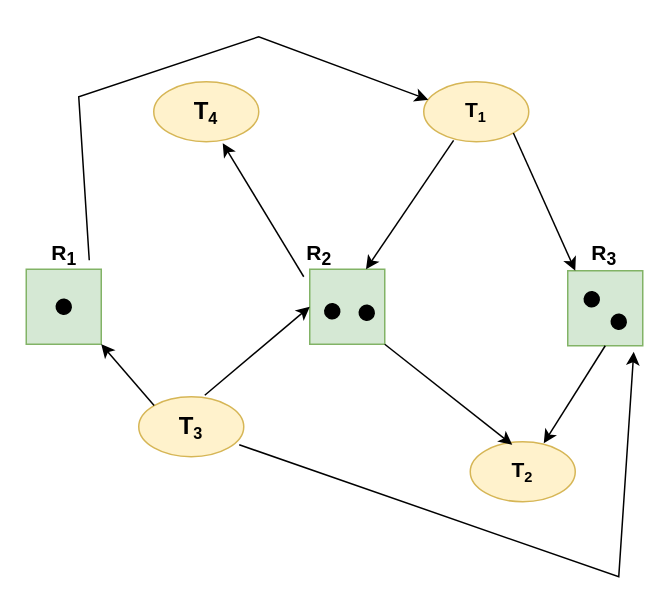
Before: RAG2.drawio in huyle84/diagrams, a draw.io diagram. Source tidied: cells renumbered, new cells numbered last; positions are measured from the earlier drawing's top-left corner, leaving out a move shared by most shapes. Both pictures are drawn from the tidied source at 150%, with x=0, y=0 at pixel (26, 36).
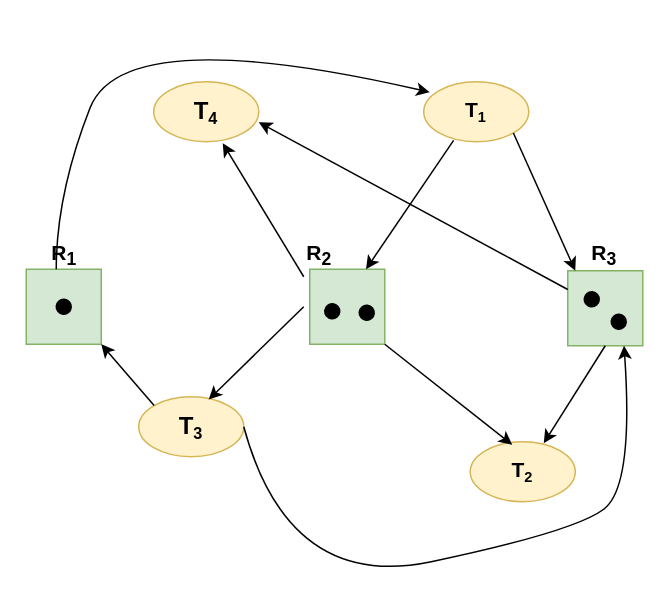
Above is the later version.

The change refers to these unchanged cells:
```xml
<mxCell id="2" style="whiteSpace=wrap;html=1;fillColor=#d5e8d4;strokeColor=#82b366;" parent="1" vertex="1">
  <mxGeometry x="361" y="156" width="50" height="50" as="geometry" />
</mxCell>
<mxCell id="3" style="whiteSpace=wrap;html=1;fillColor=#d5e8d4;strokeColor=#82b366;" parent="1" vertex="1">
  <mxGeometry x="189" y="155" width="50" height="50" as="geometry" />
</mxCell>
<mxCell id="6" value="&lt;font&gt;&lt;b&gt;&lt;span style=&quot;font-size: 14px&quot;&gt;T&lt;/span&gt;&lt;span style=&quot;font-size: 11.666666030883789px&quot;&gt;&lt;sub&gt;1&lt;/sub&gt;&lt;/span&gt;&lt;/b&gt;&lt;/font&gt;" style="ellipse;whiteSpace=wrap;html=1;fillColor=#fff2cc;strokeColor=#d6b656;" parent="1" vertex="1">
  <mxGeometry x="265" y="30" width="70" height="40" as="geometry" />
</mxCell>
<mxCell id="10" value="&lt;font style=&quot;font-size: 14px&quot;&gt;&lt;b&gt;R&lt;sub&gt;1&lt;/sub&gt;&lt;/b&gt;&lt;/font&gt;" style="text;html=1;align=center;verticalAlign=middle;points=[];strokeColor=none;fillColor=none;" parent="1" vertex="1">
  <mxGeometry x="10" y="135" width="30" height="20" as="geometry" />
</mxCell>
<mxCell id="17" value="&lt;font&gt;&lt;b&gt;&lt;font size=&quot;3&quot;&gt;T&lt;/font&gt;&lt;font size=&quot;2&quot;&gt;&lt;sub&gt;3&lt;/sub&gt;&lt;/font&gt;&lt;/b&gt;&lt;/font&gt;" style="ellipse;whiteSpace=wrap;html=1;fillColor=#fff2cc;strokeColor=#d6b656;" parent="1" vertex="1">
  <mxGeometry x="75" y="240" width="70" height="40" as="geometry" />
</mxCell>
<mxCell id="21" value="&lt;font&gt;&lt;b&gt;&lt;font size=&quot;3&quot;&gt;T&lt;/font&gt;&lt;font size=&quot;2&quot;&gt;&lt;sub&gt;4&lt;/sub&gt;&lt;/font&gt;&lt;/b&gt;&lt;/font&gt;" style="ellipse;whiteSpace=wrap;html=1;fillColor=#fff2cc;strokeColor=#d6b656;" parent="1" vertex="1">
  <mxGeometry x="85" y="30" width="70" height="40" as="geometry" />
</mxCell>
```

The edit, as a diff of the source:
```diff
@@
-    <mxCell id="14" style="endArrow=classic;html=1;rounded=0;fontSize=14;startArrow=none;exitX=0.957;exitY=0.8;exitDx=0;exitDy=0;exitPerimeter=0;" parent="1" edge="1" source="17">
-      <mxGeometry relative="1" as="geometry">
-        <mxPoint x="405" y="210" as="targetPoint" />
-        <Array as="points">
-          <mxPoint x="395" y="360" />
-        </Array>
-      </mxGeometry>
-    </mxCell>
@@
-    <mxCell id="16" style="endArrow=classic;html=1;rounded=0;fontSize=14;entryX=0;entryY=0.5;entryDx=0;entryDy=0;exitX=0.629;exitY=-0.025;exitDx=0;exitDy=0;exitPerimeter=0;" parent="1" edge="1" source="17" target="3">
-      <mxGeometry relative="1" as="geometry" />
-    </mxCell>
@@
-    <mxCell id="18" style="endArrow=classic;html=1;rounded=0;fontSize=14;entryX=0.043;entryY=0.3;entryDx=0;entryDy=0;exitX=1.067;exitY=0.7;exitDx=0;exitDy=0;exitPerimeter=0;entryPerimeter=0;" parent="1" edge="1" source="10" target="6">
-      <mxGeometry relative="1" as="geometry">
-        <Array as="points">
-          <mxPoint x="35" y="40" />
-          <mxPoint x="155" />
-        </Array>
-      </mxGeometry>
-    </mxCell>
@@
+    <mxCell id="26" style="endArrow=classic;html=1;rounded=0;entryX=1;entryY=0.675;entryDx=0;entryDy=0;entryPerimeter=0;exitX=0;exitY=0.25;exitDx=0;exitDy=0;" parent="1" edge="1" source="2" target="21">
+      <mxGeometry relative="1" as="geometry" />
+    </mxCell>
+    <mxCell id="27" style="curved=1;endArrow=classic;html=1;rounded=0;entryX=0.057;entryY=0.175;entryDx=0;entryDy=0;entryPerimeter=0;" parent="1" edge="1" target="6">
+      <mxGeometry relative="1" as="geometry">
+        <mxPoint x="20" y="155" as="sourcePoint" />
+        <Array as="points">
+          <mxPoint x="20" y="105" />
+          <mxPoint x="65" y="-10" />
+        </Array>
+      </mxGeometry>
+    </mxCell>
+    <mxCell id="28" style="curved=1;endArrow=classic;html=1;rounded=0;entryX=0.75;entryY=1;entryDx=0;entryDy=0;" parent="1" edge="1" target="2">
+      <mxGeometry relative="1" as="geometry">
+        <mxPoint x="145" y="260" as="sourcePoint" />
+        <Array as="points">
+          <mxPoint x="175" y="370" />
+          <mxPoint x="365" y="330" />
+          <mxPoint x="405" y="300" />
+        </Array>
+      </mxGeometry>
+    </mxCell>
+    <mxCell id="29" style="endArrow=classic;html=1;rounded=0;fontSize=14;entryX=0.75;entryY=0;entryDx=0;entryDy=0;" parent="1" edge="1">
+      <mxGeometry relative="1" as="geometry">
+        <mxPoint x="185" y="180" as="sourcePoint" />
+        <mxPoint x="121.6" y="241.9" as="targetPoint" />
+      </mxGeometry>
+    </mxCell>
```
